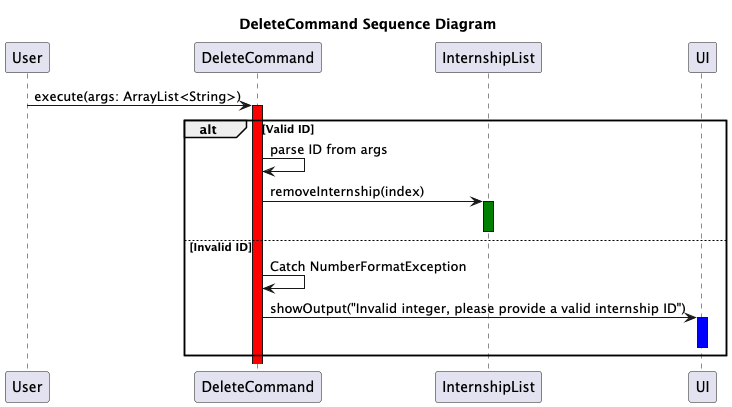
The PlantUML diagram docs/UML/DeleteCommand_Sequence_Diagram.png in nus-cs2113-AY2425S1/tp, before a commit.
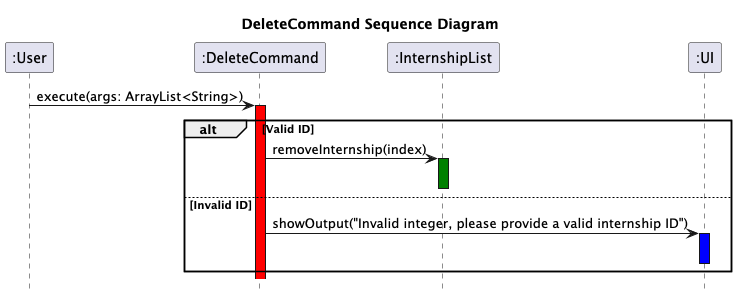
After the change.

Change to the diagram source:
```diff
@@ -1,18 +1,17 @@
 @startuml
 title DeleteCommand Sequence Diagram
+hide footbox
 
-User -> DeleteCommand: execute(args: ArrayList<String>)
-activate DeleteCommand #red
+":User" -> ":DeleteCommand": execute(args: ArrayList<String>)
+activate ":DeleteCommand" #red
 alt Valid ID
-    DeleteCommand -> DeleteCommand: parse ID from args
-    DeleteCommand -> InternshipList: removeInternship(index)
-    activate InternshipList #green
-    deactivate InternshipList #green
+    ":DeleteCommand" -> ":InternshipList": removeInternship(index)
+    activate ":InternshipList" #green
+    deactivate ":InternshipList" #green
 else Invalid ID
-    DeleteCommand -> DeleteCommand: Catch NumberFormatException
-    DeleteCommand -> UI: showOutput("Invalid integer, please provide a valid internship ID")
-    activate UI #blue
-    deactivate UI
+    ":DeleteCommand" -> ":UI": showOutput("Invalid integer, please provide a valid internship ID")
+    activate ":UI" #blue
+    deactivate ":UI"
 end
 
 @enduml
```
